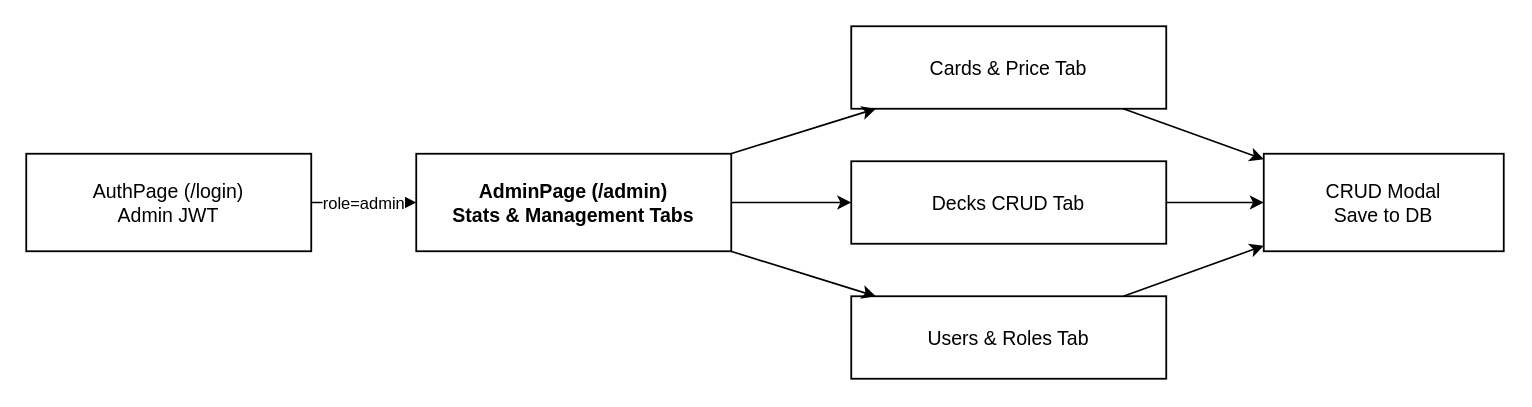
This is page "1.4.1.2 Administrator Screens Flow" (2 of 2) of Tai lieu/Draw.io/SRS_1_4_Screens_Flow.drawio from minhthanh1806/PROJECT_SDN, a draw.io file, before an edit. Source tidied: cells renumbered, new cells numbered last; positions are measured from the earlier drawing's top-left corner, leaving out a move shared by most shapes. Both pictures are drawn from the tidied source at 150%, with x=0, y=0 at pixel (26, 26).
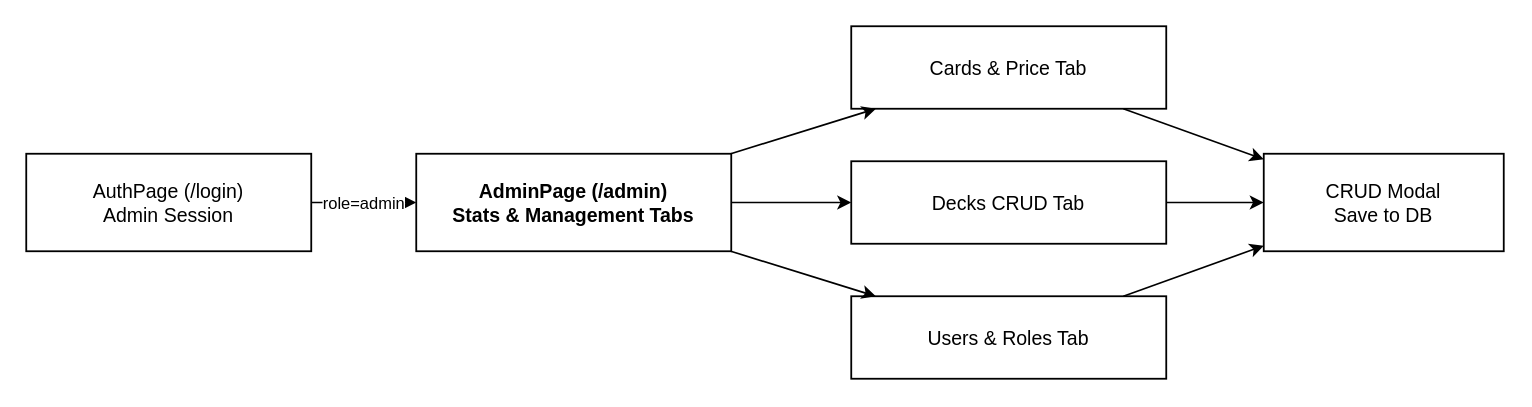
The same page after the edit.

Change to the diagram source:
```diff
@@
 <mxGraphModel>
   <root>
     <mxCell id="0" />
     <mxCell id="1" parent="0" />
-    <mxCell id="2" value="AuthPage (/login)&lt;br&gt;Admin JWT" style="rounded=0;whiteSpace=wrap;html=1;fillColor=#ffffff;strokeColor=#000000;fontColor=#000000;fontSize=13;align=center;verticalAlign=middle;strokeWidth=1.2;" parent="1" vertex="1">
+    <mxCell id="2" value="AuthPage (/login)&lt;br&gt;Admin Session" style="rounded=0;whiteSpace=wrap;html=1;fillColor=#ffffff;strokeColor=#000000;fontColor=#000000;fontSize=13;align=center;verticalAlign=middle;strokeWidth=1.2;" parent="1" vertex="1">
       <mxGeometry y="85" width="190" height="65" as="geometry" />
     </mxCell>
     <mxCell id="3" value="AdminPage (/admin)&lt;br&gt;Stats &amp; Management Tabs" style="rounded=0;whiteSpace=wrap;html=1;fillColor=#ffffff;strokeColor=#000000;fontColor=#000000;fontSize=13;fontStyle=1;align=center;verticalAlign=middle;strokeWidth=1.2;" parent="1" vertex="1">
       <mxGeometry x="260" y="85" width="210" height="65" as="geometry" />
     </mxCell>
     <mxCell id="4" value="Cards &amp; Price Tab" style="rounded=0;whiteSpace=wrap;html=1;fillColor=#ffffff;strokeColor=#000000;fontColor=#000000;fontSize=13;align=center;verticalAlign=middle;strokeWidth=1.2;" parent="1" vertex="1">
       <mxGeometry x="550" width="210" height="55" as="geometry" />
     </mxCell>
     <mxCell id="5" value="Decks CRUD Tab" style="rounded=0;whiteSpace=wrap;html=1;fillColor=#ffffff;strokeColor=#000000;fontColor=#000000;fontSize=13;align=center;verticalAlign=middle;strokeWidth=1.2;" parent="1" vertex="1">
       <mxGeometry x="550" y="90" width="210" height="55" as="geometry" />
     </mxCell>
     <mxCell id="6" value="Users &amp; Roles Tab" style="rounded=0;whiteSpace=wrap;html=1;fillColor=#ffffff;strokeColor=#000000;fontColor=#000000;fontSize=13;align=center;verticalAlign=middle;strokeWidth=1.2;" parent="1" vertex="1">
       <mxGeometry x="550" y="180" width="210" height="55" as="geometry" />
     </mxCell>
     <mxCell id="7" value="CRUD Modal&lt;br&gt;Save to DB" style="rounded=0;whiteSpace=wrap;html=1;fillColor=#ffffff;strokeColor=#000000;fontColor=#000000;fontSize=13;align=center;verticalAlign=middle;strokeWidth=1.2;" parent="1" vertex="1">
       <mxGeometry x="825" y="85" width="160" height="65" as="geometry" />
     </mxCell>
     <mxCell id="8" value="role=admin" style="rounded=0;html=1;endArrow=classic;endFill=1;strokeColor=#000000;fontColor=#000000;fontSize=11;labelBackgroundColor=#ffffff;strokeWidth=1.1;" parent="1" edge="1" source="2" target="3">
       <mxGeometry relative="1" as="geometry" />
     </mxCell>
     <mxCell id="9" style="rounded=0;html=1;endArrow=classic;endFill=1;strokeColor=#000000;fontColor=#000000;fontSize=11;labelBackgroundColor=#ffffff;strokeWidth=1.1;" parent="1" edge="1" source="3" target="4">
       <mxGeometry relative="1" as="geometry" />
     </mxCell>
     <mxCell id="10" style="rounded=0;html=1;endArrow=classic;endFill=1;strokeColor=#000000;fontColor=#000000;fontSize=11;labelBackgroundColor=#ffffff;strokeWidth=1.1;" parent="1" edge="1" source="3" target="5">
       <mxGeometry relative="1" as="geometry" />
     </mxCell>
     <mxCell id="11" style="rounded=0;html=1;endArrow=classic;endFill=1;strokeColor=#000000;fontColor=#000000;fontSize=11;labelBackgroundColor=#ffffff;strokeWidth=1.1;" parent="1" edge="1" source="3" target="6">
       <mxGeometry relative="1" as="geometry" />
     </mxCell>
     <mxCell id="12" style="rounded=0;html=1;endArrow=classic;endFill=1;strokeColor=#000000;fontColor=#000000;fontSize=11;labelBackgroundColor=#ffffff;strokeWidth=1.1;" parent="1" edge="1" source="4" target="7">
       <mxGeometry relative="1" as="geometry" />
     </mxCell>
     <mxCell id="13" style="rounded=0;html=1;endArrow=classic;endFill=1;strokeColor=#000000;fontColor=#000000;fontSize=11;labelBackgroundColor=#ffffff;strokeWidth=1.1;" parent="1" edge="1" source="5" target="7">
       <mxGeometry relative="1" as="geometry" />
     </mxCell>
     <mxCell id="14" style="rounded=0;html=1;endArrow=classic;endFill=1;strokeColor=#000000;fontColor=#000000;fontSize=11;labelBackgroundColor=#ffffff;strokeWidth=1.1;" parent="1" edge="1" source="6" target="7">
       <mxGeometry relative="1" as="geometry" />
     </mxCell>
   </root>
 </mxGraphModel>
```
